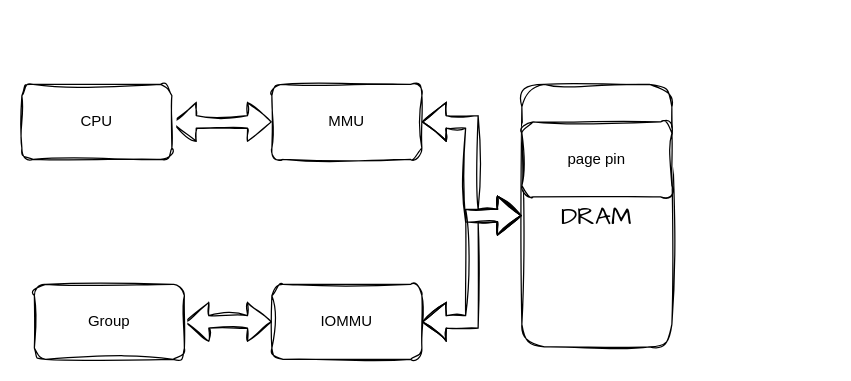
ji92/markdown_picture keeps this draw.io diagram as images/未命名绘图.drawio. Above is the earlier version. Source tidied: cells renumbered, new cells numbered last; positions are measured from the earlier drawing's top-left corner, leaving out a move shared by most shapes. Both pictures are drawn from the tidied source at 125%, with x=0, y=0 at pixel (21, 84).
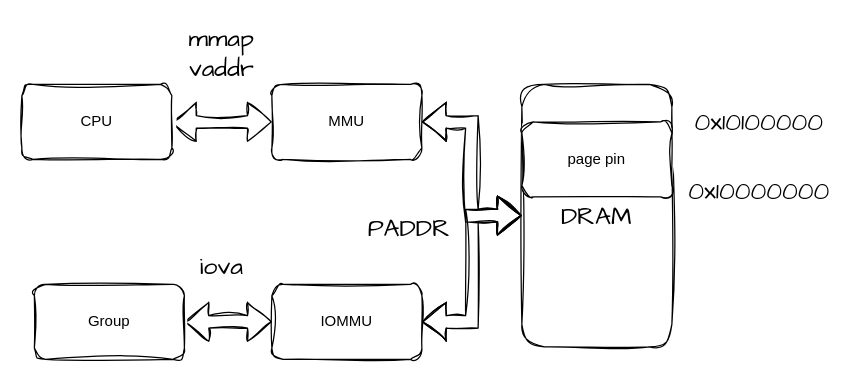
The same diagram, later.

Commit message (it also covers changes not shown here):
更新未命名绘图.drawio

The edit, as a diff of the source:
```diff
@@
 <mxGraphModel>
   <root>
     <mxCell id="0" />
     <mxCell id="1" parent="0" />
     <mxCell id="2" style="edgeStyle=orthogonalEdgeStyle;rounded=1;jettySize=auto;html=1;labelBackgroundColor=none;fontColor=default;sketch=1;curveFitting=1;jiggle=2;shape=flexArrow;startArrow=block;" parent="1" edge="1" source="3" target="5">
       <mxGeometry relative="1" as="geometry" />
     </mxCell>
     <mxCell id="3" value="CPU" style="rounded=1;whiteSpace=wrap;html=1;labelBackgroundColor=none;sketch=1;curveFitting=1;jiggle=2;" parent="1" vertex="1">
       <mxGeometry width="120" height="60" as="geometry" />
     </mxCell>
     <mxCell id="4" style="edgeStyle=orthogonalEdgeStyle;rounded=0;sketch=1;hachureGap=4;jiggle=2;curveFitting=1;jettySize=auto;html=1;fontFamily=Architects Daughter;fontSize=16;shape=flexArrow;startArrow=block;" parent="1" edge="1" source="5" target="6">
       <mxGeometry relative="1" as="geometry" />
     </mxCell>
     <mxCell id="5" value="MMU" style="rounded=1;whiteSpace=wrap;html=1;labelBackgroundColor=none;sketch=1;curveFitting=1;jiggle=2;" parent="1" vertex="1">
       <mxGeometry x="200" width="120" height="60" as="geometry" />
     </mxCell>
     <mxCell id="6" value="DRAM" style="rounded=1;whiteSpace=wrap;html=1;labelBackgroundColor=none;sketch=1;curveFitting=1;jiggle=2;hachureGap=4;fontFamily=Architects Daughter;fontSize=20;" parent="1" vertex="1">
       <mxGeometry x="400" width="120" height="210" as="geometry" />
     </mxCell>
     <mxCell id="7" style="edgeStyle=orthogonalEdgeStyle;rounded=0;sketch=1;hachureGap=4;jiggle=2;curveFitting=1;jettySize=auto;html=1;fontFamily=Architects Daughter;fontSize=16;shape=flexArrow;startArrow=block;" parent="1" edge="1" source="8" target="6">
       <mxGeometry relative="1" as="geometry" />
     </mxCell>
     <mxCell id="8" value="IOMMU" style="rounded=1;whiteSpace=wrap;html=1;labelBackgroundColor=none;sketch=1;curveFitting=1;jiggle=2;" parent="1" vertex="1">
       <mxGeometry x="200" y="160" width="120" height="60" as="geometry" />
     </mxCell>
     <mxCell id="9" style="edgeStyle=orthogonalEdgeStyle;rounded=0;sketch=1;hachureGap=4;jiggle=2;curveFitting=1;jettySize=auto;html=1;fontFamily=Architects Daughter;fontSize=16;shape=flexArrow;startArrow=block;" parent="1" edge="1" source="10" target="8">
       <mxGeometry relative="1" as="geometry" />
     </mxCell>
     <mxCell id="10" value="Group" style="rounded=1;whiteSpace=wrap;html=1;labelBackgroundColor=none;sketch=1;curveFitting=1;jiggle=2;" parent="1" vertex="1">
       <mxGeometry x="10" y="160" width="120" height="60" as="geometry" />
     </mxCell>
     <mxCell id="11" value="page pin" style="rounded=1;whiteSpace=wrap;html=1;labelBackgroundColor=none;sketch=1;curveFitting=1;jiggle=2;" parent="1" vertex="1">
       <mxGeometry x="400" y="30" width="120" height="60" as="geometry" />
     </mxCell>
+    <mxCell id="12" value="0x10100000" style="text;strokeColor=none;align=center;fillColor=none;html=1;verticalAlign=middle;whiteSpace=wrap;rounded=0;fontSize=20;fontFamily=Architects Daughter;" parent="1" vertex="1">
+      <mxGeometry x="560" y="15" width="60" height="30" as="geometry" />
+    </mxCell>
+    <mxCell id="13" value="0x10000000" style="text;strokeColor=none;align=center;fillColor=none;html=1;verticalAlign=middle;whiteSpace=wrap;rounded=0;fontSize=20;fontFamily=Architects Daughter;" parent="1" vertex="1">
+      <mxGeometry x="560" y="70" width="60" height="30" as="geometry" />
+    </mxCell>
+    <mxCell id="14" value="mmap&lt;br&gt;vaddr" style="text;strokeColor=none;align=center;fillColor=none;html=1;verticalAlign=middle;whiteSpace=wrap;rounded=0;fontSize=20;fontFamily=Architects Daughter;" parent="1" vertex="1">
+      <mxGeometry x="130" y="-40" width="60" height="30" as="geometry" />
+    </mxCell>
+    <mxCell id="15" value="iova" style="text;strokeColor=none;align=center;fillColor=none;html=1;verticalAlign=middle;whiteSpace=wrap;rounded=0;fontSize=20;fontFamily=Architects Daughter;" parent="1" vertex="1">
+      <mxGeometry x="130" y="130" width="60" height="30" as="geometry" />
+    </mxCell>
+    <mxCell id="16" value="PADDR" style="text;strokeColor=none;align=center;fillColor=none;html=1;verticalAlign=middle;whiteSpace=wrap;rounded=0;fontSize=20;fontFamily=Architects Daughter;" parent="1" vertex="1">
+      <mxGeometry x="280" y="100" width="60" height="30" as="geometry" />
+    </mxCell>
   </root>
 </mxGraphModel>
```
